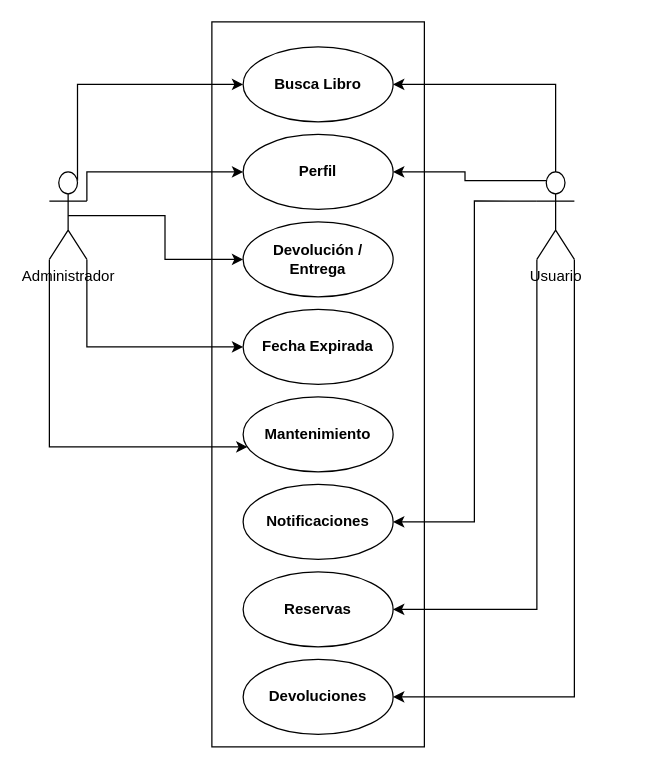
Before: page "Página-1" (1 of 7) of assets/Diagrama sin título.drawio in NachoBaez18/Biblioteca_app, a draw.io diagram. Source tidied: cells renumbered, new cells numbered last; positions are measured from the earlier drawing's top-left corner, leaving out a move shared by most shapes. Both pictures are drawn from the tidied source at 125%, with x=0, y=0 at pixel (49, 21).
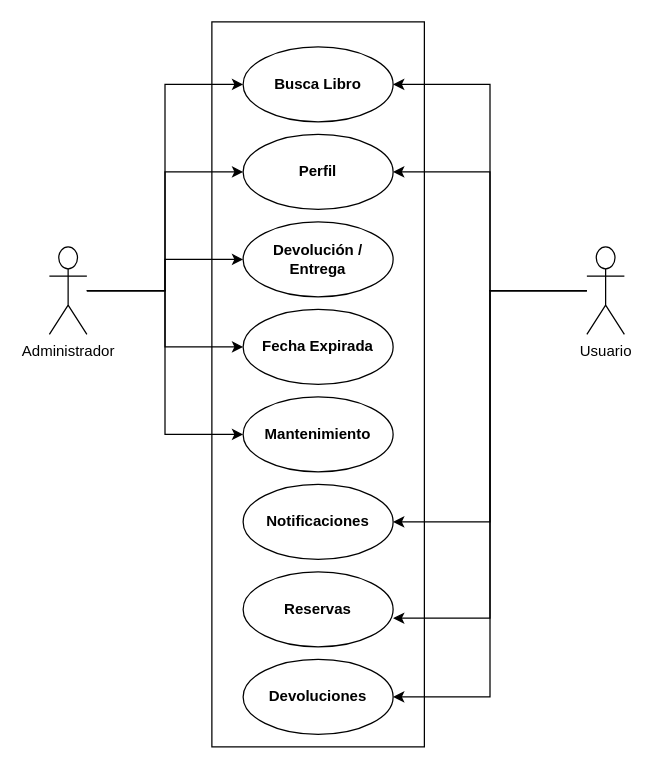
The same diagram, later.

Unchanged cells that the change refers to:
```xml
<mxCell id="3" value="&lt;b&gt;Busca Libro&lt;/b&gt;" style="ellipse;whiteSpace=wrap;html=1;" parent="1" vertex="1">
  <mxGeometry x="155" y="20" width="120" height="60" as="geometry" />
</mxCell>
<mxCell id="4" value="&lt;b&gt;Perfil&lt;/b&gt;" style="ellipse;whiteSpace=wrap;html=1;" parent="1" vertex="1">
  <mxGeometry x="155" y="90" width="120" height="60" as="geometry" />
</mxCell>
<mxCell id="5" value="&lt;b&gt;Devolución&amp;nbsp;/ Entrega&lt;/b&gt;" style="ellipse;whiteSpace=wrap;html=1;" parent="1" vertex="1">
  <mxGeometry x="155" y="160" width="120" height="60" as="geometry" />
</mxCell>
<mxCell id="6" value="&lt;b&gt;Fecha Expirada&lt;/b&gt;" style="ellipse;whiteSpace=wrap;html=1;" parent="1" vertex="1">
  <mxGeometry x="155" y="230" width="120" height="60" as="geometry" />
</mxCell>
<mxCell id="7" value="&lt;b&gt;Mantenimiento&lt;/b&gt;" style="ellipse;whiteSpace=wrap;html=1;" parent="1" vertex="1">
  <mxGeometry x="155" y="300" width="120" height="60" as="geometry" />
</mxCell>
<mxCell id="8" value="&lt;b&gt;Notificaciones&lt;/b&gt;" style="ellipse;whiteSpace=wrap;html=1;" parent="1" vertex="1">
  <mxGeometry x="155" y="370" width="120" height="60" as="geometry" />
</mxCell>
<mxCell id="9" value="&lt;b&gt;Reservas&lt;/b&gt;" style="ellipse;whiteSpace=wrap;html=1;" parent="1" vertex="1">
  <mxGeometry x="155" y="440" width="120" height="60" as="geometry" />
</mxCell>
<mxCell id="10" value="&lt;b&gt;Devoluciones&lt;/b&gt;" style="ellipse;whiteSpace=wrap;html=1;" parent="1" vertex="1">
  <mxGeometry x="155" y="510" width="120" height="60" as="geometry" />
</mxCell>
```

The edit, as a diff of the source:
```diff
@@
-    <mxCell id="11" style="edgeStyle=orthogonalEdgeStyle;rounded=0;jettySize=auto;html=1;exitX=0.75;exitY=0.1;exitDx=0;exitDy=0;exitPerimeter=0;entryX=0;entryY=0.5;entryDx=0;entryDy=0;" parent="1" edge="1" source="16" target="3">
-      <mxGeometry relative="1" as="geometry">
-        <Array as="points">
-          <mxPoint x="23" y="50" />
-        </Array>
-      </mxGeometry>
+    <mxCell id="11" style="edgeStyle=orthogonalEdgeStyle;rounded=0;jettySize=auto;html=1;entryX=0;entryY=0.5;entryDx=0;entryDy=0;" parent="1" edge="1" source="16" target="3">
+      <mxGeometry relative="1" as="geometry" />
     </mxCell>
-    <mxCell id="12" style="edgeStyle=orthogonalEdgeStyle;rounded=0;jettySize=auto;html=1;exitX=1;exitY=0.3333333333333333;exitDx=0;exitDy=0;exitPerimeter=0;" parent="1" edge="1" source="16" target="4">
-      <mxGeometry relative="1" as="geometry">
-        <Array as="points">
-          <mxPoint x="30" y="120" />
-        </Array>
-      </mxGeometry>
+    <mxCell id="12" style="edgeStyle=orthogonalEdgeStyle;rounded=0;jettySize=auto;html=1;entryX=0;entryY=0.5;entryDx=0;entryDy=0;" parent="1" edge="1" source="16" target="4">
+      <mxGeometry relative="1" as="geometry" />
     </mxCell>
-    <mxCell id="13" style="edgeStyle=orthogonalEdgeStyle;rounded=0;jettySize=auto;html=1;exitX=0.5;exitY=0.5;exitDx=0;exitDy=0;exitPerimeter=0;" parent="1" edge="1" source="16" target="5">
+    <mxCell id="13" style="edgeStyle=orthogonalEdgeStyle;rounded=0;jettySize=auto;html=1;entryX=0;entryY=0.5;entryDx=0;entryDy=0;" parent="1" edge="1" source="16" target="5">
       <mxGeometry relative="1" as="geometry" />
     </mxCell>
-    <mxCell id="14" style="edgeStyle=orthogonalEdgeStyle;rounded=0;jettySize=auto;html=1;exitX=1;exitY=1;exitDx=0;exitDy=0;exitPerimeter=0;" parent="1" edge="1" source="16" target="6">
-      <mxGeometry relative="1" as="geometry">
-        <Array as="points">
-          <mxPoint x="30" y="260" />
-        </Array>
-      </mxGeometry>
+    <mxCell id="14" style="edgeStyle=orthogonalEdgeStyle;rounded=0;jettySize=auto;html=1;" parent="1" edge="1" source="16" target="6">
+      <mxGeometry relative="1" as="geometry" />
     </mxCell>
-    <mxCell id="15" style="edgeStyle=orthogonalEdgeStyle;rounded=0;jettySize=auto;html=1;exitX=0;exitY=1;exitDx=0;exitDy=0;exitPerimeter=0;" parent="1" edge="1" source="16" target="7">
-      <mxGeometry relative="1" as="geometry">
-        <Array as="points">
-          <mxPoint y="340" />
-        </Array>
-      </mxGeometry>
+    <mxCell id="15" style="edgeStyle=orthogonalEdgeStyle;rounded=0;jettySize=auto;html=1;entryX=0;entryY=0.5;entryDx=0;entryDy=0;" parent="1" edge="1" source="16" target="7">
+      <mxGeometry relative="1" as="geometry" />
     </mxCell>
     <mxCell id="16" value="Administrador" style="shape=umlActor;verticalLabelPosition=bottom;verticalAlign=top;html=1;outlineConnect=0;" parent="1" vertex="1">
-      <mxGeometry y="120" width="30" height="70" as="geometry" />
+      <mxGeometry y="180" width="30" height="70" as="geometry" />
     </mxCell>
-    <mxCell id="17" style="edgeStyle=orthogonalEdgeStyle;rounded=0;jettySize=auto;html=1;exitX=0.5;exitY=0;exitDx=0;exitDy=0;exitPerimeter=0;entryX=1;entryY=0.5;entryDx=0;entryDy=0;" parent="1" edge="1" source="22" target="3">
+    <mxCell id="17" style="edgeStyle=orthogonalEdgeStyle;rounded=0;jettySize=auto;html=1;entryX=1;entryY=0.5;entryDx=0;entryDy=0;" parent="1" edge="1" source="22" target="3">
       <mxGeometry relative="1" as="geometry" />
     </mxCell>
-    <mxCell id="18" style="edgeStyle=orthogonalEdgeStyle;rounded=0;jettySize=auto;html=1;exitX=0.25;exitY=0.1;exitDx=0;exitDy=0;exitPerimeter=0;" parent="1" edge="1" source="22" target="4">
+    <mxCell id="18" style="edgeStyle=orthogonalEdgeStyle;rounded=0;jettySize=auto;html=1;entryX=1;entryY=0.5;entryDx=0;entryDy=0;" parent="1" edge="1" source="22" target="4">
       <mxGeometry relative="1" as="geometry" />
     </mxCell>
-    <mxCell id="19" style="edgeStyle=orthogonalEdgeStyle;rounded=0;jettySize=auto;html=1;exitX=0;exitY=0.3333333333333333;exitDx=0;exitDy=0;exitPerimeter=0;" parent="1" edge="1" source="22" target="8">
-      <mxGeometry relative="1" as="geometry">
-        <Array as="points">
-          <mxPoint x="340" y="143" />
-          <mxPoint x="340" y="400" />
-        </Array>
-      </mxGeometry>
+    <mxCell id="19" style="edgeStyle=orthogonalEdgeStyle;rounded=0;jettySize=auto;html=1;entryX=1;entryY=0.5;entryDx=0;entryDy=0;" parent="1" edge="1" source="22" target="8">
+      <mxGeometry relative="1" as="geometry" />
     </mxCell>
-    <mxCell id="20" style="edgeStyle=orthogonalEdgeStyle;rounded=0;jettySize=auto;html=1;exitX=0;exitY=1;exitDx=0;exitDy=0;exitPerimeter=0;" parent="1" edge="1" source="22" target="9">
-      <mxGeometry relative="1" as="geometry">
-        <Array as="points">
-          <mxPoint x="390" y="470" />
-        </Array>
-      </mxGeometry>
+    <mxCell id="20" style="edgeStyle=orthogonalEdgeStyle;rounded=0;jettySize=auto;html=1;entryX=1;entryY=0.617;entryDx=0;entryDy=0;entryPerimeter=0;" parent="1" edge="1" source="22" target="9">
+      <mxGeometry relative="1" as="geometry" />
     </mxCell>
-    <mxCell id="21" style="edgeStyle=orthogonalEdgeStyle;rounded=0;jettySize=auto;html=1;exitX=1;exitY=1;exitDx=0;exitDy=0;exitPerimeter=0;" parent="1" edge="1" source="22" target="10">
-      <mxGeometry relative="1" as="geometry">
-        <Array as="points">
-          <mxPoint x="420" y="540" />
-        </Array>
-      </mxGeometry>
+    <mxCell id="21" style="edgeStyle=orthogonalEdgeStyle;rounded=0;jettySize=auto;html=1;entryX=1;entryY=0.5;entryDx=0;entryDy=0;" parent="1" edge="1" source="22" target="10">
+      <mxGeometry relative="1" as="geometry" />
     </mxCell>
     <mxCell id="22" value="Usuario" style="shape=umlActor;verticalLabelPosition=bottom;verticalAlign=top;html=1;outlineConnect=0;" parent="1" vertex="1">
-      <mxGeometry x="390" y="120" width="30" height="70" as="geometry" />
+      <mxGeometry x="430" y="180" width="30" height="70" as="geometry" />
     </mxCell>
```
